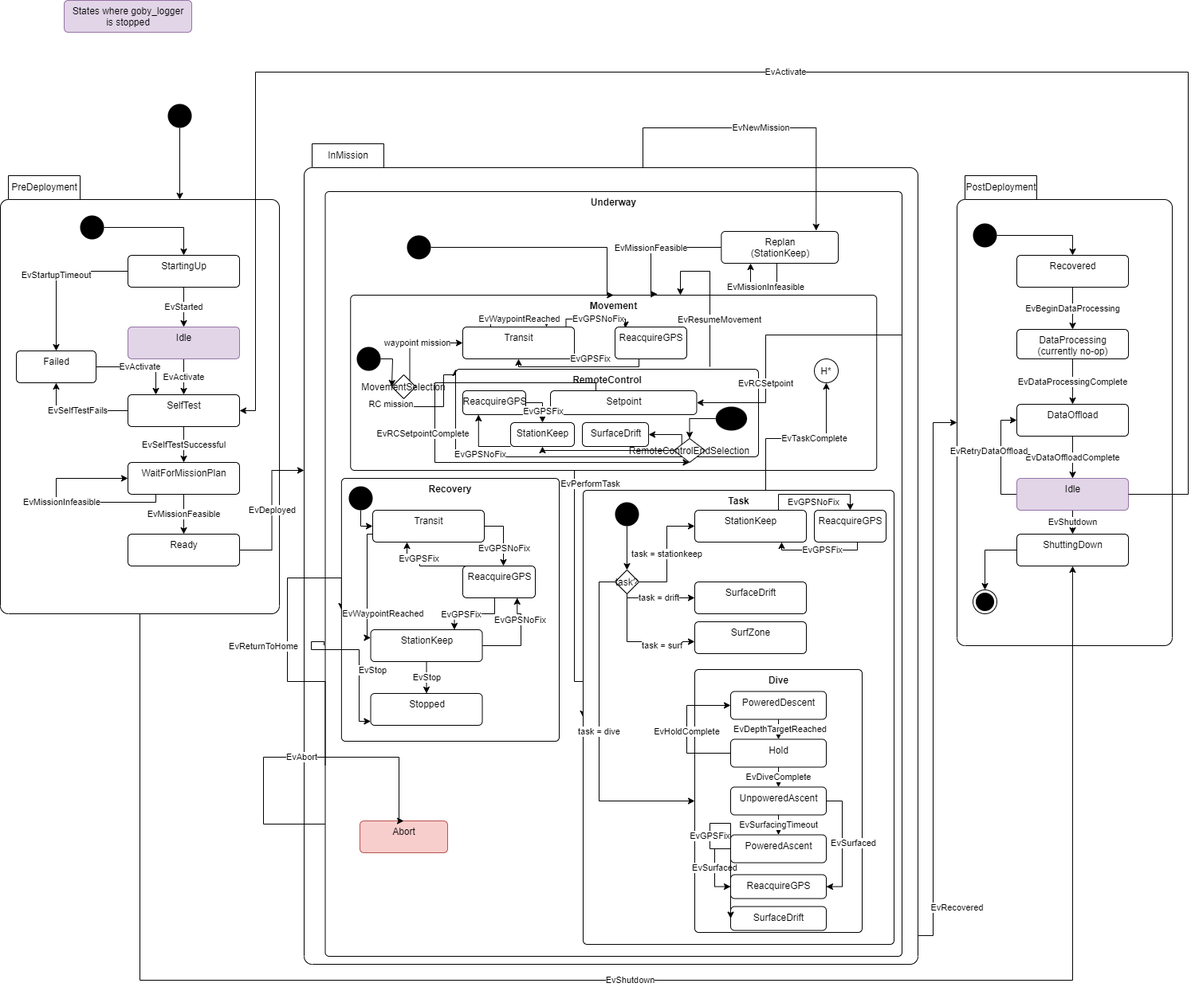
Before: src/doc/figures/mission-states.png, a diagram exported from draw.io (jaiarobotics/jaiabot). Source tidied: cells renumbered, new cells last; positions are measured from the earlier drawing's top-left corner, leaving out a move shared by most shapes.
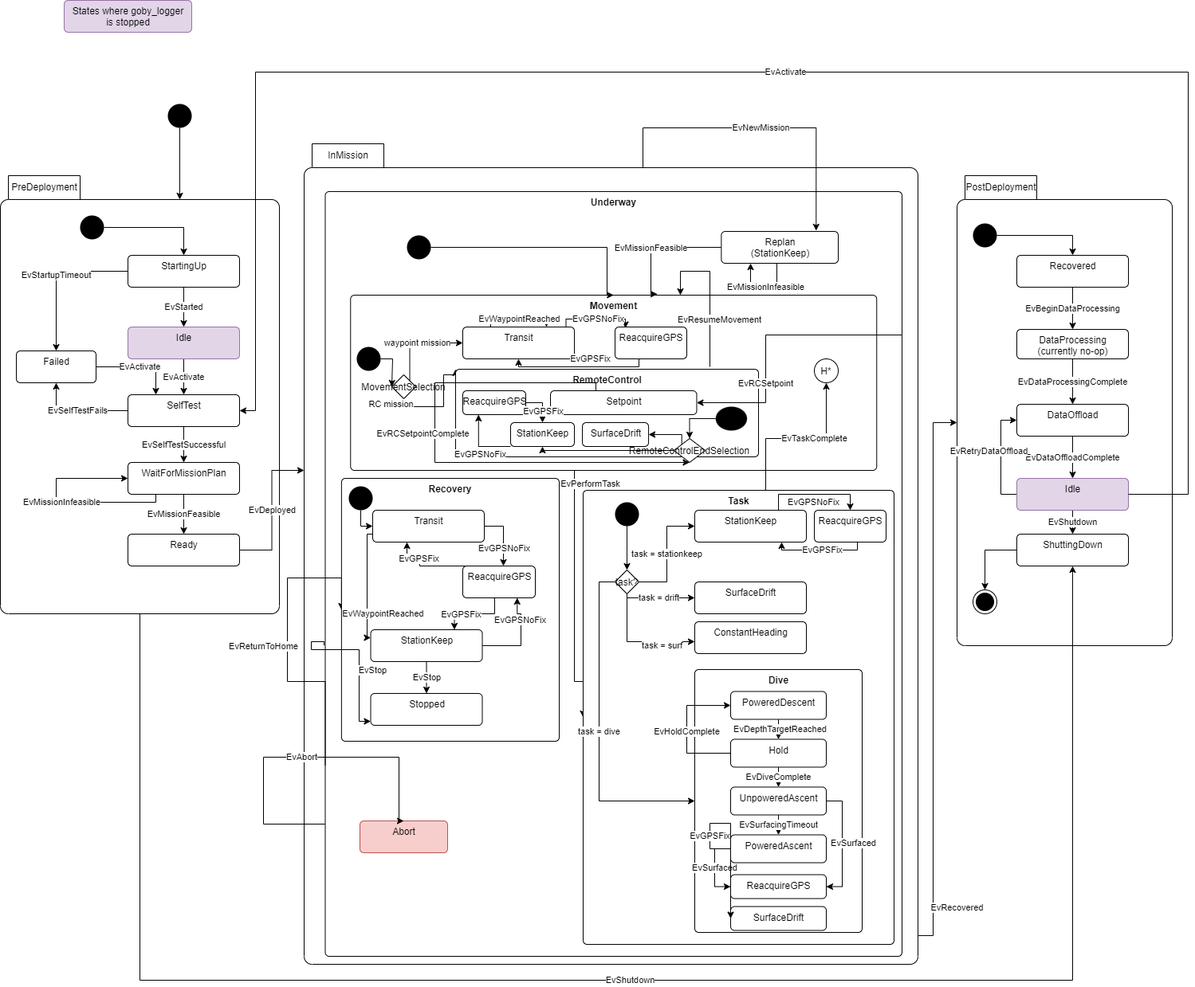
After the commit.

Commit message:
Changed from surfzone task to constant heading task

The edit, as a diff of the source:
```diff
@@ -341,7 +341,7 @@
         </Array>
       </mxGeometry>
     </mxCell>
-    <mxCell id="87" value="SurfZone" style="html=1;align=center;verticalAlign=top;rounded=1;absoluteArcSize=1;arcSize=10;dashed=0;" parent="59" vertex="1">
+    <mxCell id="87" value="ConstantHeading" style="html=1;align=center;verticalAlign=top;rounded=1;absoluteArcSize=1;arcSize=10;dashed=0;" parent="59" vertex="1">
       <mxGeometry x="140" y="165" width="140" height="40" as="geometry" />
     </mxCell>
     <mxCell id="88" value="task = surf" style="edgeStyle=orthogonalEdgeStyle;rounded=0;jettySize=auto;html=1;entryX=0;entryY=0.5;entryDx=0;entryDy=0;exitX=0.5;exitY=1;exitDx=0;exitDy=0;" parent="59" edge="1" source="67">
```
